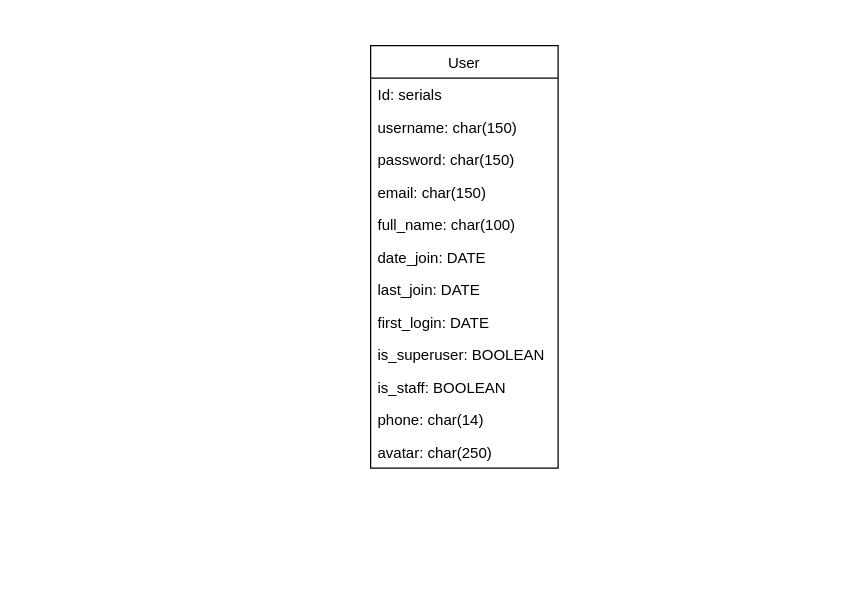
tonyglaz/mini_social_network_on_django keeps this draw.io diagram as databasediagram.drawio. Above is the earlier version. Source tidied: cells renumbered, new cells numbered last; positions are measured from the earlier drawing's top-left corner, leaving out a move shared by most shapes. Both pictures are drawn from the tidied source at 125%, with x=0, y=0 at pixel (370, 45).
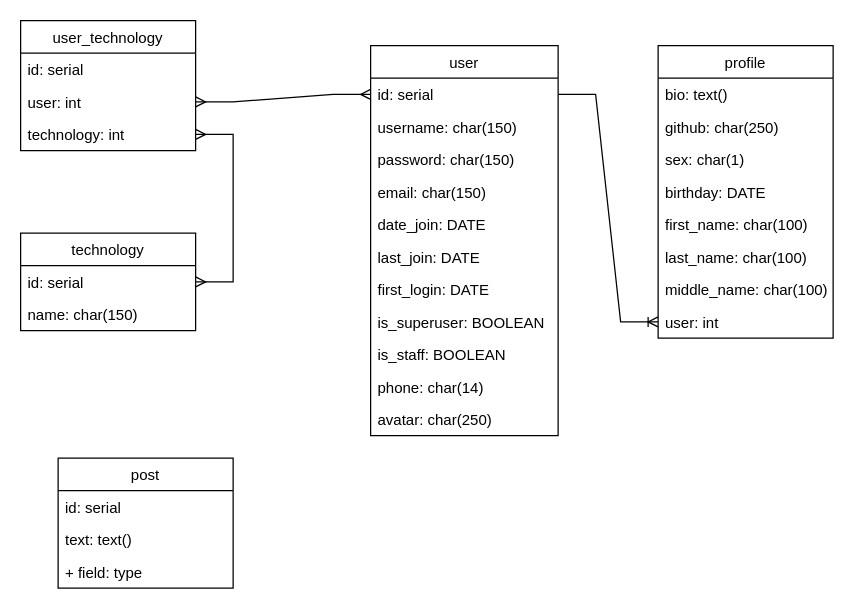
The same page after the edit.

Diff of the diagram source:
```diff
@@
-    <mxCell id="2" value="User" style="swimlane;fontStyle=0;horizontal=1;startSize=26;fillColor=none;" parent="1" vertex="1">
-      <mxGeometry width="150" height="338" as="geometry" />
+    <mxCell id="2" value="user" style="swimlane;fontStyle=0;horizontal=1;startSize=26;fillColor=none;" parent="1" vertex="1">
+      <mxGeometry width="150" height="312" as="geometry" />
     </mxCell>
-    <mxCell id="3" value="Id: serials" style="text;strokeColor=none;fillColor=none;align=left;verticalAlign=top;spacingLeft=4;spacingRight=4;overflow=hidden;points=[[0,0.5],[1,0.5]];portConstraint=eastwest;" parent="2" vertex="1">
+    <mxCell id="3" value="id: serial" style="text;strokeColor=none;fillColor=none;align=left;verticalAlign=top;spacingLeft=4;spacingRight=4;overflow=hidden;points=[[0,0.5],[1,0.5]];portConstraint=eastwest;" parent="2" vertex="1">
       <mxGeometry y="26" width="150" height="26" as="geometry" />
     </mxCell>
@@
-    <mxCell id="7" value="full_name: char(100)" style="text;strokeColor=none;fillColor=none;align=left;verticalAlign=top;spacingLeft=4;spacingRight=4;overflow=hidden;" parent="2" vertex="1">
-      <mxGeometry y="130" width="150" height="26" as="geometry" />
-    </mxCell>
     <mxCell id="8" value="date_join: DATE" style="text;strokeColor=none;fillColor=none;align=left;verticalAlign=top;spacingLeft=4;spacingRight=4;overflow=hidden;" parent="2" vertex="1">
-      <mxGeometry y="156" width="150" height="26" as="geometry" />
+      <mxGeometry y="130" width="150" height="26" as="geometry" />
     </mxCell>
     <mxCell id="9" value="last_join: DATE" style="text;strokeColor=none;fillColor=none;align=left;verticalAlign=top;spacingLeft=4;spacingRight=4;overflow=hidden;" parent="2" vertex="1">
-      <mxGeometry y="182" width="150" height="26" as="geometry" />
+      <mxGeometry y="156" width="150" height="26" as="geometry" />
     </mxCell>
     <mxCell id="10" value="first_login: DATE" style="text;strokeColor=none;fillColor=none;align=left;verticalAlign=top;spacingLeft=4;spacingRight=4;overflow=hidden;" parent="2" vertex="1">
-      <mxGeometry y="208" width="150" height="26" as="geometry" />
+      <mxGeometry y="182" width="150" height="26" as="geometry" />
     </mxCell>
     <mxCell id="11" value="is_superuser: BOOLEAN" style="text;strokeColor=none;fillColor=none;align=left;verticalAlign=top;spacingLeft=4;spacingRight=4;overflow=hidden;" parent="2" vertex="1">
-      <mxGeometry y="234" width="150" height="26" as="geometry" />
+      <mxGeometry y="208" width="150" height="26" as="geometry" />
     </mxCell>
     <mxCell id="12" value="is_staff: BOOLEAN" style="text;strokeColor=none;fillColor=none;align=left;verticalAlign=top;spacingLeft=4;spacingRight=4;overflow=hidden;" parent="2" vertex="1">
-      <mxGeometry y="260" width="150" height="26" as="geometry" />
+      <mxGeometry y="234" width="150" height="26" as="geometry" />
     </mxCell>
     <mxCell id="13" value="phone: char(14)" style="text;strokeColor=none;fillColor=none;align=left;verticalAlign=top;spacingLeft=4;spacingRight=4;overflow=hidden;" parent="2" vertex="1">
-      <mxGeometry y="286" width="150" height="26" as="geometry" />
+      <mxGeometry y="260" width="150" height="26" as="geometry" />
     </mxCell>
     <mxCell id="14" value="avatar: char(250)" style="text;strokeColor=none;fillColor=none;align=left;verticalAlign=top;spacingLeft=4;spacingRight=4;overflow=hidden;" parent="2" vertex="1">
-      <mxGeometry y="312" width="150" height="26" as="geometry" />
+      <mxGeometry y="286" width="150" height="26" as="geometry" />
     </mxCell>
+    <mxCell id="15" value="profile" style="swimlane;fontStyle=0;horizontal=1;startSize=26;fillColor=none;" parent="1" vertex="1">
+      <mxGeometry x="230" width="140" height="234" as="geometry" />
+    </mxCell>
+    <mxCell id="16" value="bio: text()" style="text;strokeColor=none;fillColor=none;align=left;verticalAlign=top;spacingLeft=4;spacingRight=4;overflow=hidden;" parent="15" vertex="1">
+      <mxGeometry y="26" width="140" height="26" as="geometry" />
+    </mxCell>
+    <mxCell id="17" value="github: char(250)" style="text;strokeColor=none;fillColor=none;align=left;verticalAlign=top;spacingLeft=4;spacingRight=4;overflow=hidden;" parent="15" vertex="1">
+      <mxGeometry y="52" width="140" height="26" as="geometry" />
+    </mxCell>
+    <mxCell id="18" value="sex: char(1)" style="text;strokeColor=none;fillColor=none;align=left;verticalAlign=top;spacingLeft=4;spacingRight=4;overflow=hidden;" parent="15" vertex="1">
+      <mxGeometry y="78" width="140" height="26" as="geometry" />
+    </mxCell>
+    <mxCell id="19" value="birthday: DATE" style="text;strokeColor=none;fillColor=none;align=left;verticalAlign=top;spacingLeft=4;spacingRight=4;overflow=hidden;" parent="15" vertex="1">
+      <mxGeometry y="104" width="140" height="26" as="geometry" />
+    </mxCell>
+    <mxCell id="20" value="first_name: char(100)" style="text;strokeColor=none;fillColor=none;align=left;verticalAlign=top;spacingLeft=4;spacingRight=4;overflow=hidden;" parent="15" vertex="1">
+      <mxGeometry y="130" width="140" height="26" as="geometry" />
+    </mxCell>
+    <mxCell id="21" value="last_name: char(100)" style="text;strokeColor=none;fillColor=none;align=left;verticalAlign=top;spacingLeft=4;spacingRight=4;overflow=hidden;" parent="15" vertex="1">
+      <mxGeometry y="156" width="140" height="26" as="geometry" />
+    </mxCell>
+    <mxCell id="22" value="middle_name: char(100)" style="text;strokeColor=none;fillColor=none;align=left;verticalAlign=top;spacingLeft=4;spacingRight=4;overflow=hidden;" parent="15" vertex="1">
+      <mxGeometry y="182" width="140" height="26" as="geometry" />
+    </mxCell>
+    <mxCell id="23" value="user: int" style="text;strokeColor=none;fillColor=none;align=left;verticalAlign=top;spacingLeft=4;spacingRight=4;overflow=hidden;points=[[0,0.5],[1,0.5]];portConstraint=eastwest;" parent="15" vertex="1">
+      <mxGeometry y="208" width="140" height="26" as="geometry" />
+    </mxCell>
+    <mxCell id="24" style="edgeStyle=entityRelationEdgeStyle;fontSize=12;html=1;endArrow=ERoneToMany;rounded=0;" parent="1" edge="1" source="3" target="23">
+      <mxGeometry relative="1" as="geometry" />
+    </mxCell>
+    <mxCell id="25" value="user_technology" style="swimlane;fontStyle=0;horizontal=1;startSize=26;fillColor=none;" parent="1" vertex="1">
+      <mxGeometry x="-280" y="-20" width="140" height="104" as="geometry" />
+    </mxCell>
+    <mxCell id="26" value="id: serial" style="text;strokeColor=none;fillColor=none;align=left;verticalAlign=top;spacingLeft=4;spacingRight=4;overflow=hidden;" parent="25" vertex="1">
+      <mxGeometry y="26" width="140" height="26" as="geometry" />
+    </mxCell>
+    <mxCell id="27" value="user: int" style="text;strokeColor=none;fillColor=none;align=left;verticalAlign=top;spacingLeft=4;spacingRight=4;overflow=hidden;points=[[0,0.5],[1,0.5]];portConstraint=eastwest;" parent="25" vertex="1">
+      <mxGeometry y="52" width="140" height="26" as="geometry" />
+    </mxCell>
+    <mxCell id="28" value="technology: int" style="text;strokeColor=none;fillColor=none;align=left;verticalAlign=top;spacingLeft=4;spacingRight=4;overflow=hidden;points=[[0,0.5],[1,0.5]];portConstraint=eastwest;" parent="25" vertex="1">
+      <mxGeometry y="78" width="140" height="26" as="geometry" />
+    </mxCell>
+    <mxCell id="29" value="technology" style="swimlane;fontStyle=0;horizontal=1;startSize=26;fillColor=none;" parent="1" vertex="1">
+      <mxGeometry x="-280" y="150" width="140" height="78" as="geometry" />
+    </mxCell>
+    <mxCell id="30" value="id: serial" style="text;strokeColor=none;fillColor=none;align=left;verticalAlign=top;spacingLeft=4;spacingRight=4;overflow=hidden;points=[[0,0.5],[1,0.5]];portConstraint=eastwest;" parent="29" vertex="1">
+      <mxGeometry y="26" width="140" height="26" as="geometry" />
+    </mxCell>
+    <mxCell id="31" value="name: char(150)" style="text;strokeColor=none;fillColor=none;align=left;verticalAlign=top;spacingLeft=4;spacingRight=4;overflow=hidden;" parent="29" vertex="1">
+      <mxGeometry y="52" width="140" height="26" as="geometry" />
+    </mxCell>
+    <mxCell id="32" style="edgeStyle=entityRelationEdgeStyle;fontSize=12;html=1;endArrow=ERmany;startArrow=ERmany;rounded=0;exitX=1;exitY=0.5;exitDx=0;exitDy=0;" parent="1" edge="1" source="30" target="28">
+      <mxGeometry relative="1" as="geometry" />
+    </mxCell>
+    <mxCell id="33" value="post" style="swimlane;fontStyle=0;horizontal=1;startSize=26;fillColor=none;" parent="1" vertex="1">
+      <mxGeometry x="-250" y="330" width="140" height="104" as="geometry" />
+    </mxCell>
+    <mxCell id="34" value="id: serial" style="text;strokeColor=none;fillColor=none;align=left;verticalAlign=top;spacingLeft=4;spacingRight=4;overflow=hidden;" parent="33" vertex="1">
+      <mxGeometry y="26" width="140" height="26" as="geometry" />
+    </mxCell>
+    <mxCell id="35" value="text: text()" style="text;strokeColor=none;fillColor=none;align=left;verticalAlign=top;spacingLeft=4;spacingRight=4;overflow=hidden;" parent="33" vertex="1">
+      <mxGeometry y="52" width="140" height="26" as="geometry" />
+    </mxCell>
+    <mxCell id="36" value="+ field: type" style="text;strokeColor=none;fillColor=none;align=left;verticalAlign=top;spacingLeft=4;spacingRight=4;overflow=hidden;" parent="33" vertex="1">
+      <mxGeometry y="78" width="140" height="26" as="geometry" />
+    </mxCell>
+    <mxCell id="37" style="edgeStyle=entityRelationEdgeStyle;fontSize=12;html=1;endArrow=ERmany;startArrow=ERmany;rounded=0;" parent="1" edge="1" source="27" target="3">
+      <mxGeometry relative="1" as="geometry" />
+    </mxCell>
```
